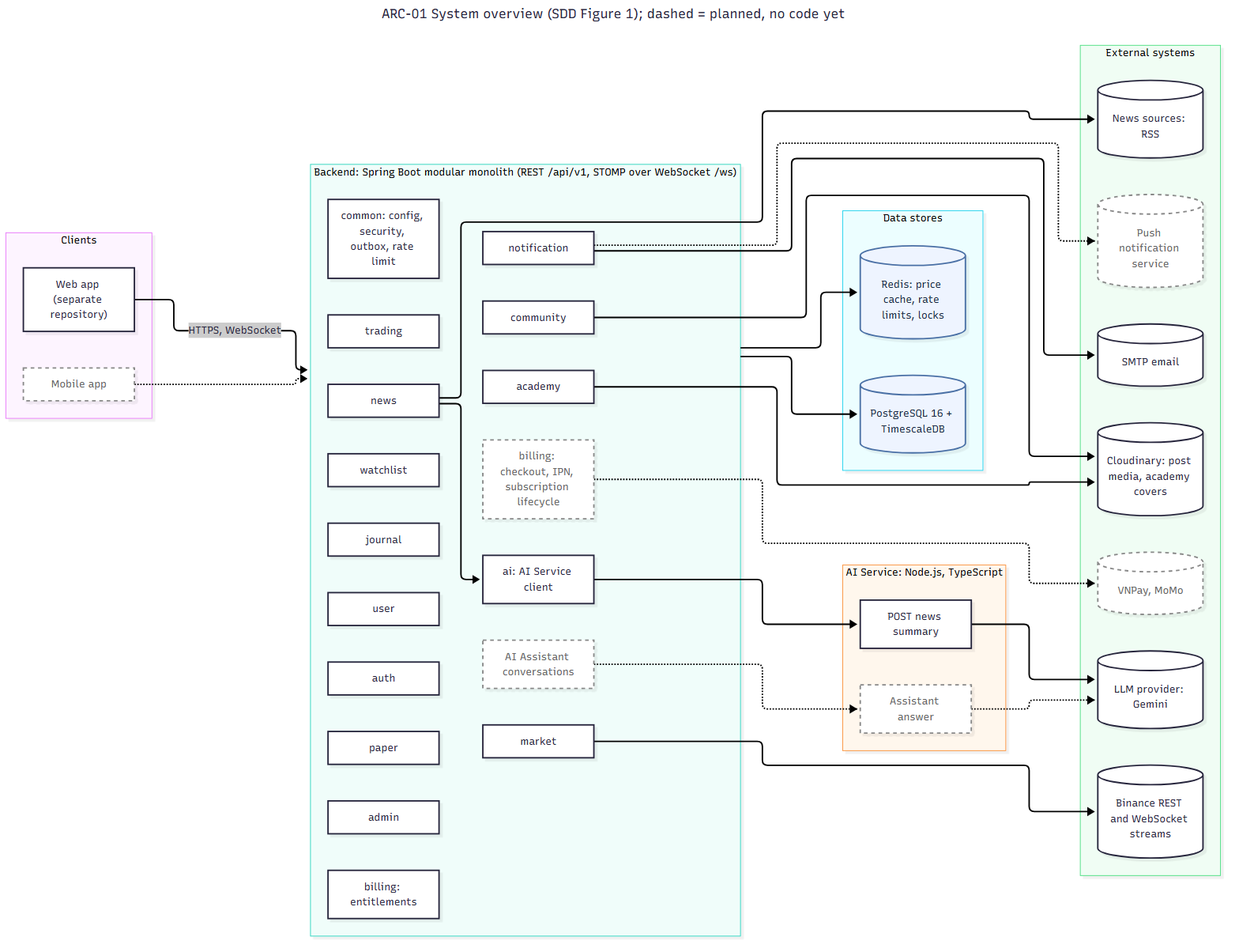
This is specs/diagrams/architecture/ARC-01_system_overview.png from nguyenluc2411/cryptopilot_project, a Mermaid export, as it was before one commit. Its source is kept beside it as specs/diagrams/architecture/ARC-01_system_overview.mmd.
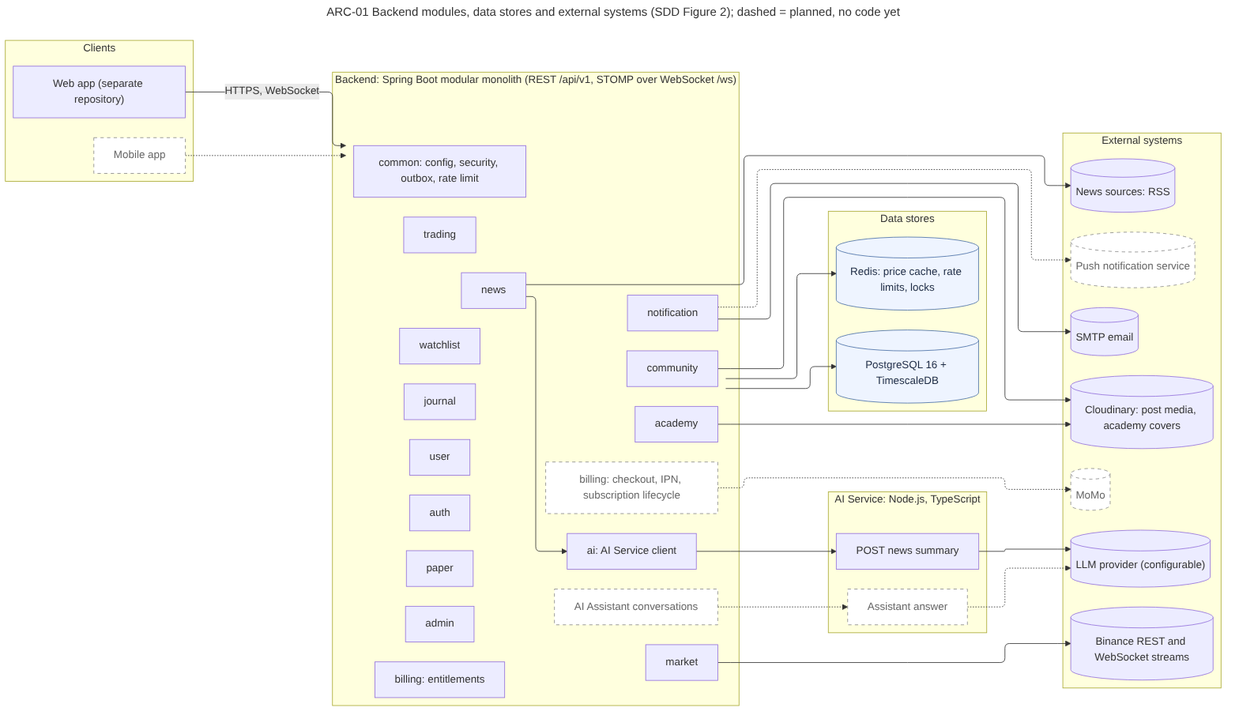
After the commit.

The edit, as a diff of the source:
```diff
@@ -1,5 +1,5 @@
 ---
-title: ARC-01 System overview (SDD Figure 1); dashed = planned, no code yet
+title: ARC-01 Backend modules, data stores and external systems (SDD Figure 2); dashed = planned, no code yet
 ---
 flowchart LR
     classDef planned fill:#ffffff,stroke:#888888,stroke-dasharray:5 5,color:#666666
@@ -44,10 +44,10 @@
     subgraph External["External systems"]
         binance[("Binance REST and WebSocket streams")]
         rss[("News sources: RSS")]
-        llm[("LLM provider: Gemini")]
+        llm[("LLM provider (configurable)")]
         cloud[("Cloudinary: post media, academy covers")]
         smtp[("SMTP email")]
-        gateway[("VNPay, MoMo")]:::planned
+        gateway[("MoMo")]:::planned
         fcm[("Push notification service")]:::planned
     end
 
```
